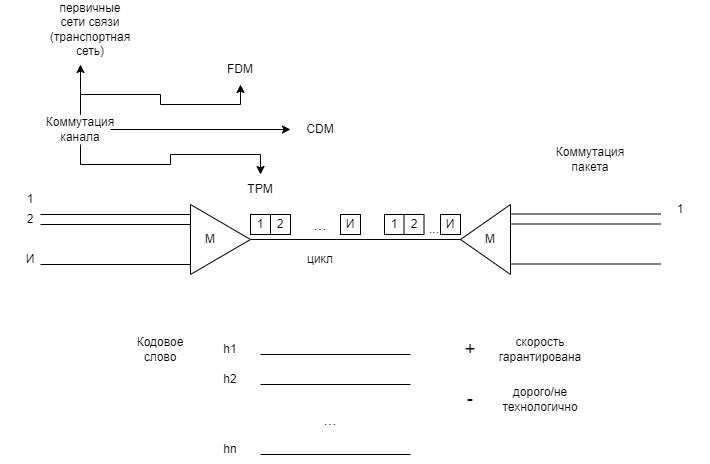
Earlier version of the draw.io export seti.drawio.png (ksinph/PSTU_LABS_2023). Source tidied: cells renumbered, new cells last; positions are measured from the earlier drawing's top-left corner, leaving out a move shared by most shapes.
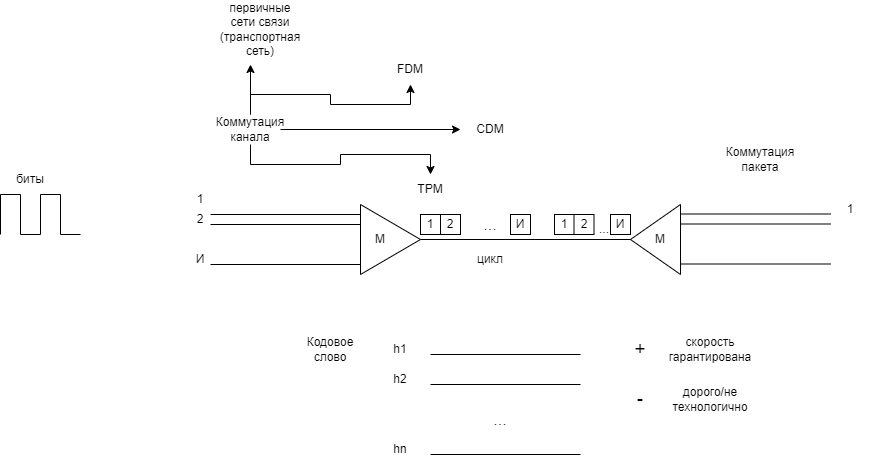
After the commit.

Diff of the diagram source:
```diff
@@ -169,5 +169,56 @@
     <mxCell id="47" value="CDM" style="text;html=1;align=center;verticalAlign=middle;whiteSpace=wrap;rounded=0;" parent="1" vertex="1">
       <mxGeometry x="290" y="100" width="60" height="30" as="geometry" />
     </mxCell>
+    <mxCell id="48" style="endArrow=none;html=1;rounded=0;" parent="1" edge="1">
+      <mxGeometry relative="1" as="geometry">
+        <mxPoint x="-170" y="220" as="sourcePoint" />
+        <mxPoint x="-170" y="180" as="targetPoint" />
+      </mxGeometry>
+    </mxCell>
+    <mxCell id="49" style="endArrow=none;html=1;rounded=0;" parent="1" edge="1">
+      <mxGeometry relative="1" as="geometry">
+        <mxPoint x="-150" y="180" as="sourcePoint" />
+        <mxPoint x="-170" y="180" as="targetPoint" />
+      </mxGeometry>
+    </mxCell>
+    <mxCell id="50" style="endArrow=none;html=1;rounded=0;" parent="1" edge="1">
+      <mxGeometry relative="1" as="geometry">
+        <mxPoint x="-150" y="220" as="sourcePoint" />
+        <mxPoint x="-150" y="180" as="targetPoint" />
+      </mxGeometry>
+    </mxCell>
+    <mxCell id="51" style="endArrow=none;html=1;rounded=0;" parent="1" edge="1">
+      <mxGeometry relative="1" as="geometry">
+        <mxPoint x="-130" y="220" as="sourcePoint" />
+        <mxPoint x="-150" y="220" as="targetPoint" />
+      </mxGeometry>
+    </mxCell>
+    <mxCell id="52" style="endArrow=none;html=1;rounded=0;" parent="1" edge="1">
+      <mxGeometry relative="1" as="geometry">
+        <mxPoint x="-130" y="220" as="sourcePoint" />
+        <mxPoint x="-130" y="180" as="targetPoint" />
+      </mxGeometry>
+    </mxCell>
+    <mxCell id="53" style="endArrow=none;html=1;rounded=0;" parent="1" edge="1">
+      <mxGeometry relative="1" as="geometry">
+        <mxPoint x="-110" y="180" as="sourcePoint" />
+        <mxPoint x="-130" y="180" as="targetPoint" />
+      </mxGeometry>
+    </mxCell>
+    <mxCell id="54" style="endArrow=none;html=1;rounded=0;" parent="1" edge="1">
+      <mxGeometry relative="1" as="geometry">
+        <mxPoint x="-110" y="220" as="sourcePoint" />
+        <mxPoint x="-110" y="180" as="targetPoint" />
+      </mxGeometry>
+    </mxCell>
+    <mxCell id="55" style="endArrow=none;html=1;rounded=0;" parent="1" edge="1">
+      <mxGeometry relative="1" as="geometry">
+        <mxPoint x="-90" y="220" as="sourcePoint" />
+        <mxPoint x="-110" y="220" as="targetPoint" />
+      </mxGeometry>
+    </mxCell>
+    <mxCell id="56" value="биты" style="text;html=1;align=center;verticalAlign=middle;whiteSpace=wrap;rounded=0;" parent="1" vertex="1">
+      <mxGeometry x="-170" y="150" width="60" height="30" as="geometry" />
+    </mxCell>
   </root>
 </mxGraphModel>
```
